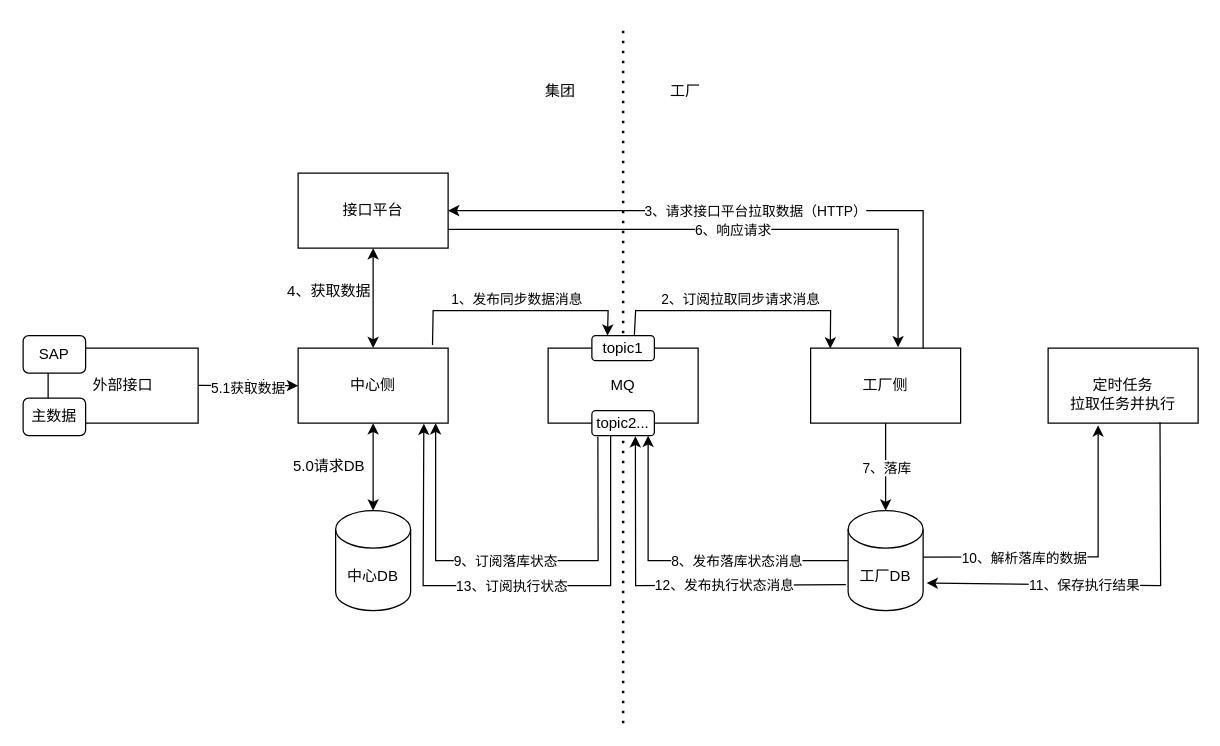
The draw.io diagram 未命名绘图.drawio in leewhich/awesome-java-ZN, before the edit. Source tidied: cells renumbered, new cells numbered last; positions are measured from the earlier drawing's top-left corner, leaving out a move shared by most shapes. Both pictures are drawn from the tidied source at 125%, with x=0, y=0 at pixel (22, 22).
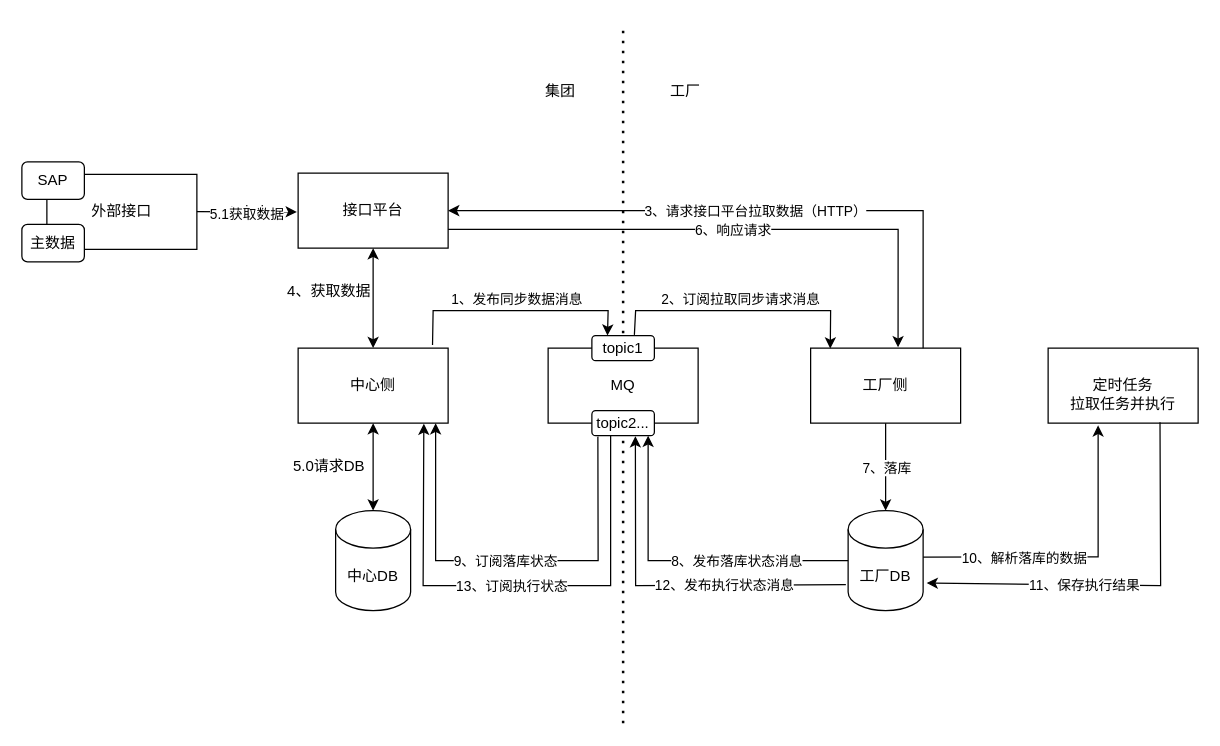
The same page after the edit.

The change refers to these unchanged cells:
```xml
<mxCell id="2" value="中心侧" style="rounded=0;whiteSpace=wrap;html=1;" parent="1" vertex="1">
  <mxGeometry x="220" y="260" width="120" height="60" as="geometry" />
</mxCell>
```

What changed in the source:
```diff
@@
     <mxCell id="22" value="外部接口" style="rounded=0;whiteSpace=wrap;html=1;" parent="1" vertex="1">
-      <mxGeometry x="20" y="260" width="120" height="60" as="geometry" />
+      <mxGeometry x="19" y="121" width="120" height="60" as="geometry" />
     </mxCell>
@@
     <mxCell id="29" value="SAP" style="rounded=1;whiteSpace=wrap;html=1;" parent="1" vertex="1">
-      <mxGeometry y="250" width="50" height="30" as="geometry" />
+      <mxGeometry x="-1" y="111" width="50" height="30" as="geometry" />
     </mxCell>
     <mxCell id="30" value="主数据" style="rounded=1;whiteSpace=wrap;html=1;" parent="1" vertex="1">
-      <mxGeometry y="300" width="50" height="30" as="geometry" />
+      <mxGeometry x="-1" y="161" width="50" height="30" as="geometry" />
     </mxCell>
-    <mxCell id="31" style="endArrow=classic;html=1;rounded=0;entryX=0;entryY=0.5;entryDx=0;entryDy=0;" parent="1" edge="1" target="2">
+    <mxCell id="31" style="endArrow=classic;html=1;rounded=0;entryX=0;entryY=0.5;entryDx=0;entryDy=0;" parent="1" edge="1">
       <mxGeometry relative="1" as="geometry">
-        <mxPoint x="140" y="289.8" as="sourcePoint" />
+        <mxPoint x="139" y="150.8" as="sourcePoint" />
+        <mxPoint x="219" y="151" as="targetPoint" />
       </mxGeometry>
     </mxCell>
```
